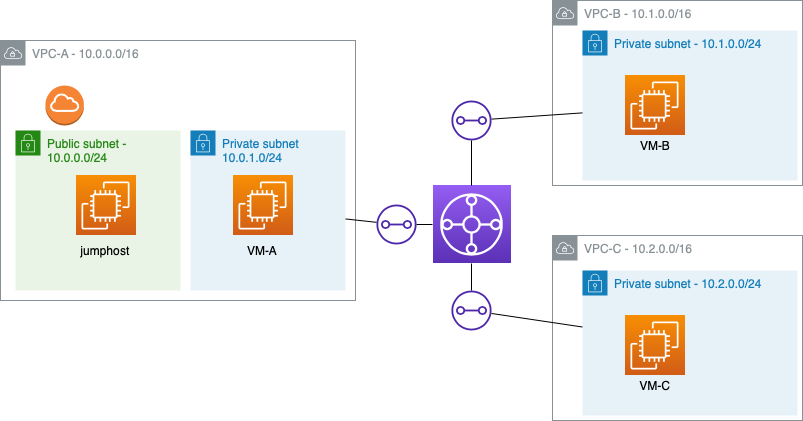
The draw.io diagram terraform_test_AWS/Transit Gateway/Diagramma.drawio.png in bortolo/newcomputing, before a commit. Source tidied: cells renumbered, new cells last; positions are measured from the earlier drawing's top-left corner, leaving out a move shared by most shapes.
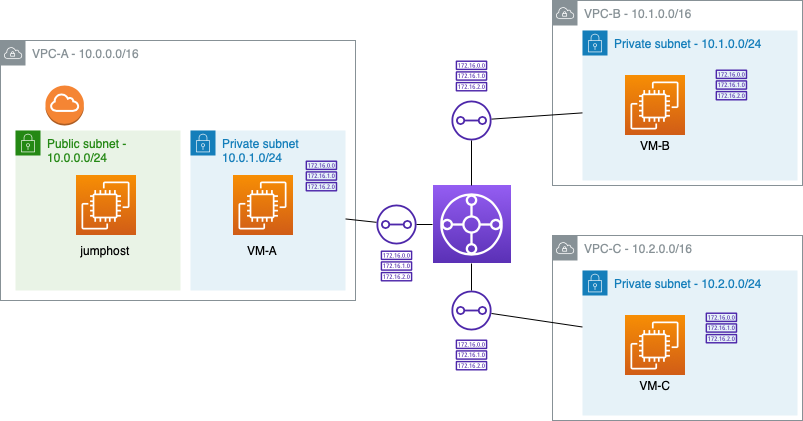
The same file after the commit.

Change to the diagram source:
```diff
@@ -38,6 +38,9 @@
     <mxCell id="13" style="sketch=0;fontColor=#232F3E;gradientColor=#F78E04;gradientDirection=north;fillColor=#D05C17;strokeColor=#ffffff;dashed=0;verticalLabelPosition=bottom;verticalAlign=top;align=center;html=1;fontSize=12;fontStyle=0;shape=mxgraph.aws4.resourceIcon;resIcon=mxgraph.aws4.ec2;" parent="12" vertex="1">
       <mxGeometry x="42" y="45" width="60" height="60" as="geometry" />
     </mxCell>
+    <mxCell id="28" style="sketch=0;fontColor=#232F3E;gradientColor=none;fillColor=#4D27AA;strokeColor=none;dashed=0;verticalLabelPosition=bottom;verticalAlign=top;align=center;html=1;fontSize=12;fontStyle=0;shape=mxgraph.aws4.route_table;" parent="12" vertex="1">
+      <mxGeometry x="123" y="42" width="31.8" height="31" as="geometry" />
+    </mxCell>
     <mxCell id="14" value="Private subnet 10.0.1.0/24" style="points=[[0,0],[0.25,0],[0.5,0],[0.75,0],[1,0],[1,0.25],[1,0.5],[1,0.75],[1,1],[0.75,1],[0.5,1],[0.25,1],[0,1],[0,0.75],[0,0.5],[0,0.25]];outlineConnect=0;gradientColor=none;html=1;whiteSpace=wrap;fontSize=12;fontStyle=0;shape=mxgraph.aws4.group;grIcon=mxgraph.aws4.group_security_group;grStroke=0;strokeColor=#147EBA;fillColor=#E6F2F8;verticalAlign=top;align=left;spacingLeft=30;fontColor=#147EBA;dashed=0;" parent="1" vertex="1">
       <mxGeometry x="190" y="130" width="155" height="160" as="geometry" />
     </mxCell>
@@ -47,6 +50,9 @@
     <mxCell id="16" value="VM-A" style="text;html=1;strokeColor=none;fillColor=none;align=center;verticalAlign=middle;whiteSpace=wrap;rounded=0;" parent="14" vertex="1">
       <mxGeometry x="42" y="105" width="60" height="30" as="geometry" />
     </mxCell>
+    <mxCell id="29" style="sketch=0;fontColor=#232F3E;gradientColor=none;fillColor=#4D27AA;strokeColor=none;dashed=0;verticalLabelPosition=bottom;verticalAlign=top;align=center;html=1;fontSize=12;fontStyle=0;shape=mxgraph.aws4.route_table;" parent="14" vertex="1">
+      <mxGeometry x="115" y="30" width="31.8" height="31" as="geometry" />
+    </mxCell>
     <mxCell id="17" style="sketch=0;outlineConnect=0;fontColor=#232F3E;gradientColor=none;fillColor=#4D27AA;strokeColor=none;dashed=0;verticalLabelPosition=bottom;verticalAlign=top;align=center;html=1;fontSize=12;fontStyle=0;shape=mxgraph.aws4.transit_gateway_attachment;" parent="1" vertex="1">
       <mxGeometry x="376" y="204" width="40" height="40" as="geometry" />
     </mxCell>
@@ -80,5 +86,17 @@
     <mxCell id="27" value="VM-C" style="text;html=1;strokeColor=none;fillColor=none;align=center;verticalAlign=middle;whiteSpace=wrap;rounded=0;" parent="1" vertex="1">
       <mxGeometry x="625" y="370" width="60" height="30" as="geometry" />
     </mxCell>
+    <mxCell id="30" style="sketch=0;fontColor=#232F3E;gradientColor=none;fillColor=#4D27AA;strokeColor=none;dashed=0;verticalLabelPosition=bottom;verticalAlign=top;align=center;html=1;fontSize=12;fontStyle=0;shape=mxgraph.aws4.route_table;" parent="1" vertex="1">
+      <mxGeometry x="380.1" y="250" width="31.8" height="31" as="geometry" />
+    </mxCell>
+    <mxCell id="31" style="sketch=0;fontColor=#232F3E;gradientColor=none;fillColor=#4D27AA;strokeColor=none;dashed=0;verticalLabelPosition=bottom;verticalAlign=top;align=center;html=1;fontSize=12;fontStyle=0;shape=mxgraph.aws4.route_table;" parent="1" vertex="1">
+      <mxGeometry x="455.1" y="60" width="31.8" height="31" as="geometry" />
+    </mxCell>
+    <mxCell id="32" style="sketch=0;fontColor=#232F3E;gradientColor=none;fillColor=#4D27AA;strokeColor=none;dashed=0;verticalLabelPosition=bottom;verticalAlign=top;align=center;html=1;fontSize=12;fontStyle=0;shape=mxgraph.aws4.route_table;" parent="1" vertex="1">
+      <mxGeometry x="455.1" y="339" width="31.8" height="31" as="geometry" />
+    </mxCell>
+    <mxCell id="33" style="sketch=0;fontColor=#232F3E;gradientColor=none;fillColor=#4D27AA;strokeColor=none;dashed=0;verticalLabelPosition=bottom;verticalAlign=top;align=center;html=1;fontSize=12;fontStyle=0;shape=mxgraph.aws4.route_table;" parent="1" vertex="1">
+      <mxGeometry x="715" y="69" width="31.8" height="31" as="geometry" />
+    </mxCell>
   </root>
 </mxGraphModel>
```
